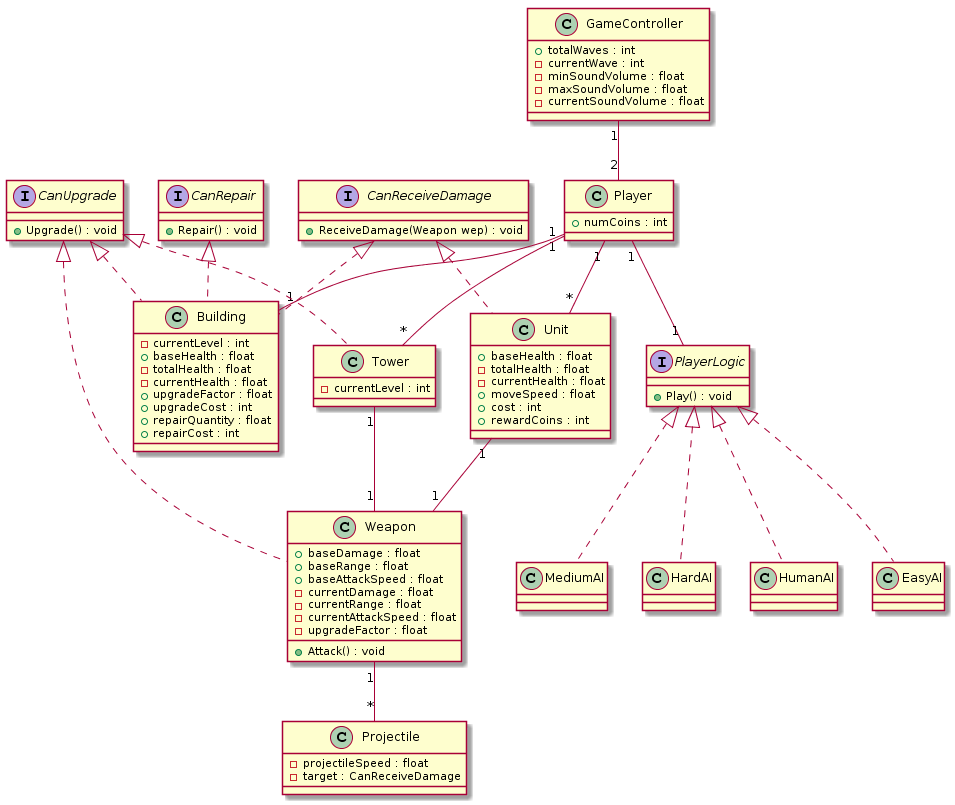
Earlier version of the PlantUML export uml_diagrams/classDiagram.png (NestorTejero/ES2016B).
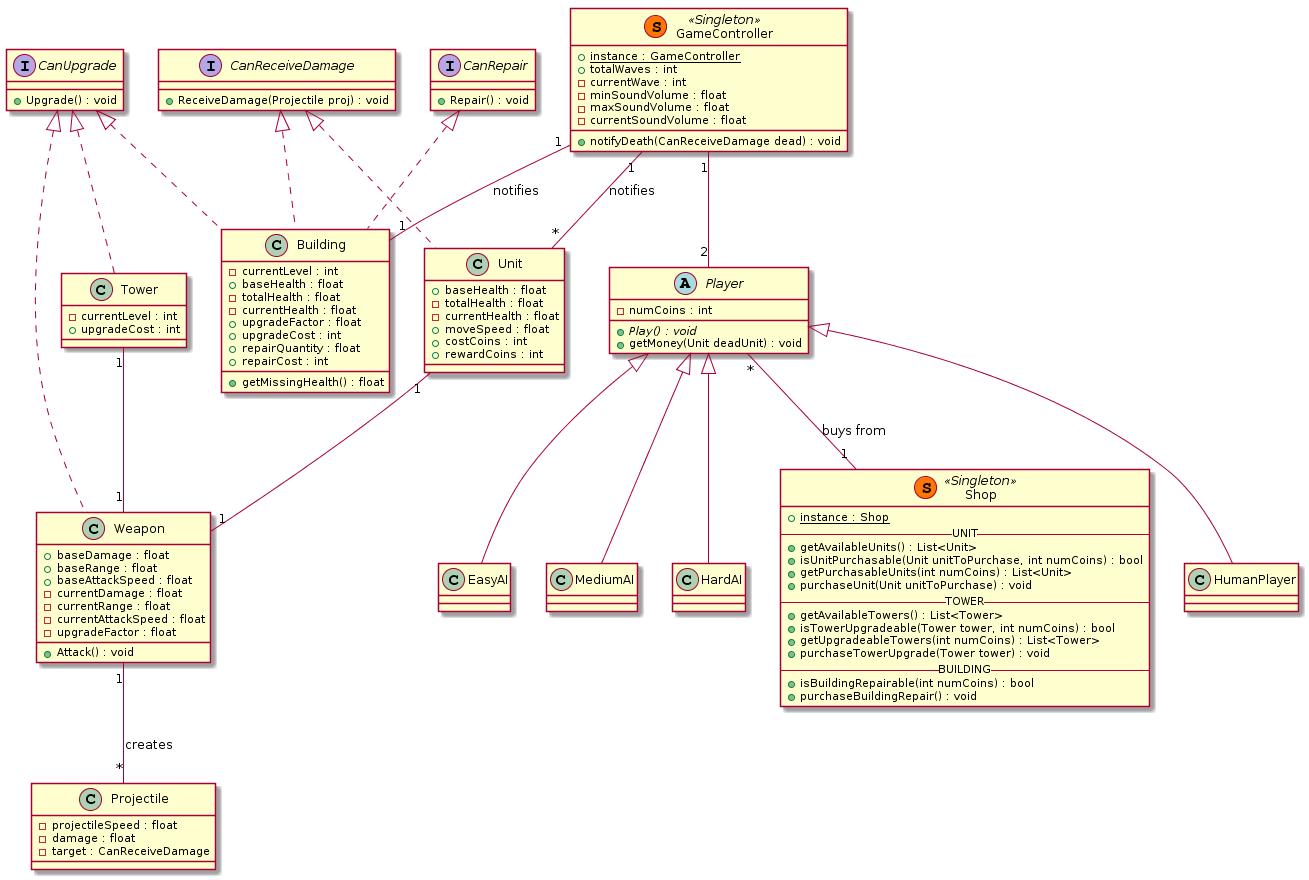
The same diagram one commit later.

Commit message:
Update Class Diagram (#138)

* Update Class Diagram

* Simplified playerLogic - now doesn't exist

Diff of the diagram source:
```diff
@@ -3,51 +3,68 @@
     +Upgrade() : void
 }
 interface CanReceiveDamage {
-    +ReceiveDamage(Weapon wep) : void
+    +ReceiveDamage(Projectile proj) : void
 }
 interface CanRepair {
     +Repair() : void
 }
 
-interface PlayerLogic {
-    +Play() : void
-}
-
-class GameController {
+class GameController << (S,#FF7700) Singleton >>{
+    +{static} instance : GameController
     +totalWaves : int
     -currentWave : int
     -minSoundVolume : float
     -maxSoundVolume : float
     -currentSoundVolume : float
-}
-
-class Player {
-    +numCoins : int
+    +notifyDeath(CanReceiveDamage dead) : void
 }
 
 GameController "1" -- "2" Player
 
-class HumanAI implements PlayerLogic {
-}
-class EasyAI implements PlayerLogic {
-}
-class MediumAI implements PlayerLogic {
-}
-class HardAI implements PlayerLogic {
+abstract class Player {
+    -numCoins : int
+    +{abstract}Play() : void
+    +getMoney(Unit deadUnit) : void
 }
 
-Player "1" -- "1" PlayerLogic
+class HumanPlayer extends Player {
+}
+class EasyAI extends Player {
+}
+class MediumAI extends Player {
+}
+class HardAI extends Player {
+}
+
+class Shop << (S,#FF7700) Singleton >> {
+    +{static} instance : Shop
+    --UNIT--
+    +getAvailableUnits() : List<Unit>
+    +isUnitPurchasable(Unit unitToPurchase, int numCoins) : bool
+    +getPurchasableUnits(int numCoins) : List<Unit>
+    +purchaseUnit(Unit unitToPurchase) : void
+    --TOWER--
+    +getAvailableTowers() : List<Tower>
+    +isTowerUpgradeable(Tower tower, int numCoins) : bool
+    +getUpgradeableTowers(int numCoins) : List<Tower>
+    +purchaseTowerUpgrade(Tower tower) : void
+    --BUILDING--
+    +isBuildingRepairable(int numCoins) : bool
+    +purchaseBuildingRepair() : void
+}
+
+Player "*"--"1" Shop : buys from
 
 class Unit implements CanReceiveDamage{
     +baseHealth : float
     -totalHealth : float
     -currentHealth : float
     +moveSpeed : float
-    +cost : int
+    +costCoins : int
     +rewardCoins : int
 }
 
-Player "1" -- "*" Unit
+GameController "1" -- "*" Unit : notifies
 
 class Weapon implements CanUpgrade{
     +baseDamage : float
@@ -62,10 +79,11 @@
 
 class Projectile {
     -projectileSpeed : float
+    -damage : float
     -target : CanReceiveDamage
 }
 
-Weapon "1" -- "*" Projectile
+Weapon "1" -- "*" Projectile : creates
 
 Unit "1" -- "1" Weapon
 Tower "1" -- "1" Weapon
@@ -79,13 +97,13 @@
     +upgradeCost : int
     +repairQuantity : float
     +repairCost : int
+    +getMissingHealth() : float
 }
 
-Player "1" -- "1" Building
+GameController "1" -- "1" Building : notifies
 
 class Tower implements CanUpgrade {
     -currentLevel : int
+    +upgradeCost : int
 }
-
-Player "1" -- "*" Tower
 @enduml
```
